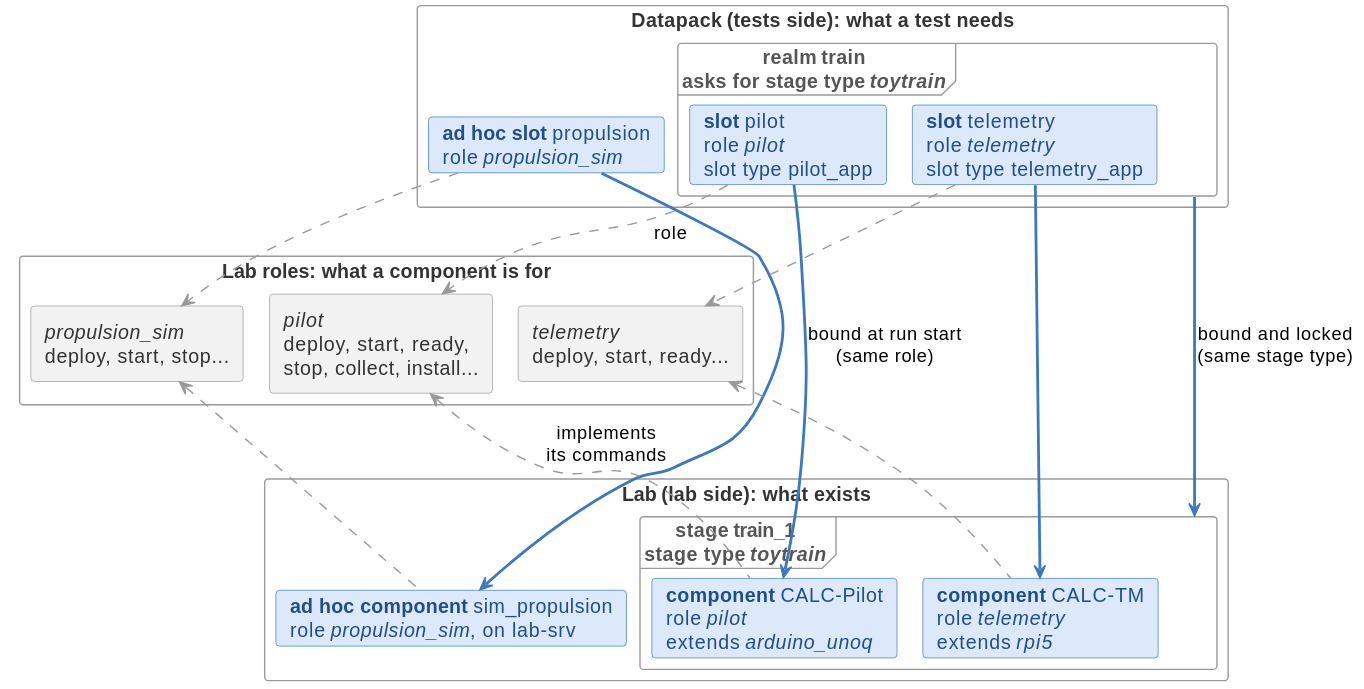
This is docs/diagrams/concepts.svg from laurentmldev/testsuit, a PlantUML export, as it was before one commit. Its diagram source:
```plantuml
@startuml
!pragma layout smetana
skinparam shadowing false
skinparam defaultFontName Helvetica
skinparam ArrowColor #555555
skinparam rectangle {
  BorderColor #9A9A9A
  FontColor #333333
}
skinparam card {
  BorderColor #3A78C2
  BackgroundColor #DCE9FA
  FontColor #1F4E8C
}
skinparam frame {
  BorderColor #9A9A9A
  FontColor #555555
}

rectangle "**Datapack** (tests side): what a test needs" as dp #FFFFFF {
  frame "**realm** train\nasks for stage type //toytrain//" as realm {
    card "**slot** pilot\nrole //pilot//\nslot type pilot_app" as s_pilot
    card "**slot** telemetry\nrole //telemetry//\nslot type telemetry_app" as s_tm
  }
  card "**ad hoc slot** propulsion\nrole //propulsion_sim//" as s_prop
}

rectangle "**Lab roles**: what a component is for" as roles #FFFFFF {
  rectangle "//pilot//\ndeploy, start, ready,\nstop, collect, install..." as r_pilot #F2F2F2
  rectangle "//telemetry//\ndeploy, start, ready..." as r_tm #F2F2F2
  rectangle "//propulsion_sim//\ndeploy, start, stop..." as r_prop #F2F2F2
}

rectangle "**Lab** (lab side): what exists" as lab #FFFFFF {
  frame "**stage** train_1\nstage type //toytrain//" as stage {
    card "**component** CALC-Pilot\nrole //pilot//\nextends //arduino_unoq//" as c_pilot
    card "**component** CALC-TM\nrole //telemetry//\nextends //rpi5//" as c_tm
  }
  card "**ad hoc component** sim_propulsion\nrole //propulsion_sim//, on lab-srv" as c_prop
}

s_pilot -[#3A78C2,bold]-> c_pilot : bound at run start\n(same role)
s_tm -[#3A78C2,bold]-> c_tm
s_prop -[#3A78C2,bold]-> c_prop
realm .[#3A78C2,bold].> stage : bound and locked\n(same stage type)

s_pilot -[#999999,dashed]-> r_pilot : role
r_pilot <-[#999999,dashed]- c_pilot : implements\nits commands
s_tm -[#999999,dashed]-> r_tm
r_tm <-[#999999,dashed]- c_tm
s_prop -[#999999,dashed]-> r_prop
r_prop <-[#999999,dashed]- c_prop
@enduml
```
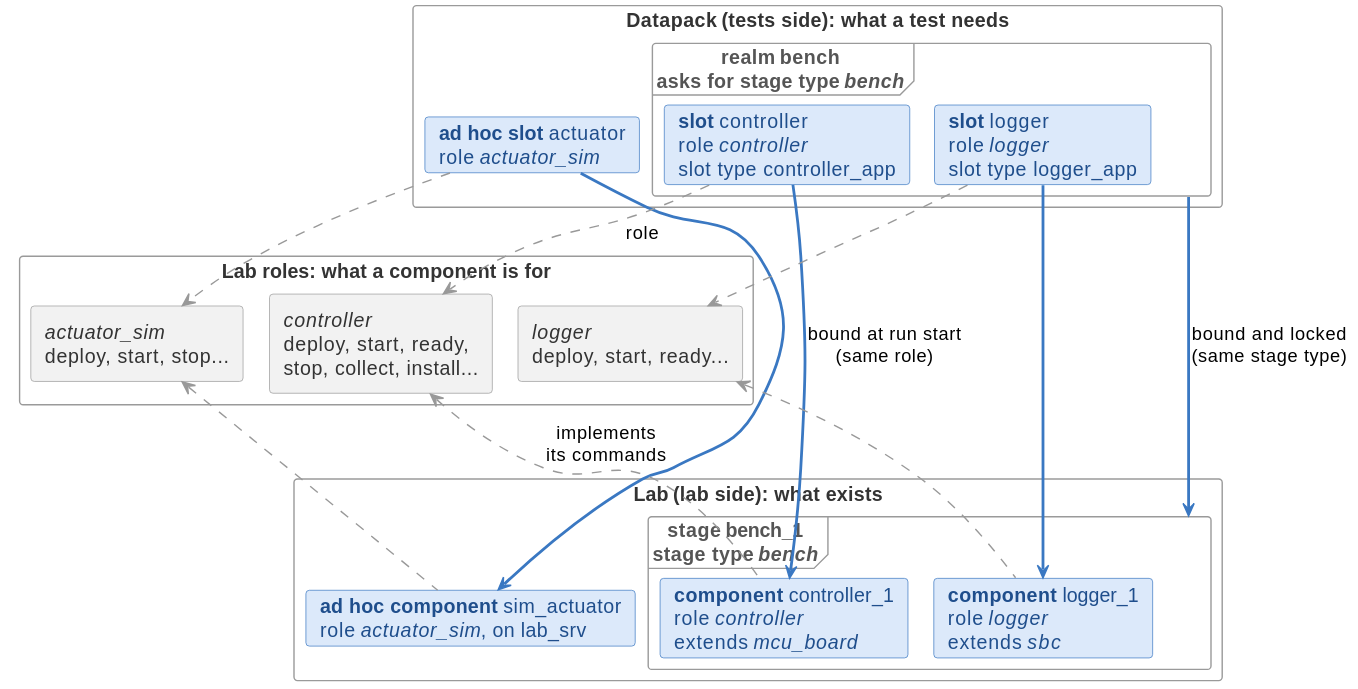
After the change.

Commit message:
Use neutral sample names in the sequencer spec, cheat sheet in annex

Change to the diagram source:
```diff
@@ -18,25 +18,25 @@
 }
 
 rectangle "**Datapack** (tests side): what a test needs" as dp #FFFFFF {
-  frame "**realm** train\nasks for stage type //toytrain//" as realm {
-    card "**slot** pilot\nrole //pilot//\nslot type pilot_app" as s_pilot
-    card "**slot** telemetry\nrole //telemetry//\nslot type telemetry_app" as s_tm
+  frame "**realm** bench\nasks for stage type //bench//" as realm {
+    card "**slot** controller\nrole //controller//\nslot type controller_app" as s_pilot
+    card "**slot** logger\nrole //logger//\nslot type logger_app" as s_tm
   }
-  card "**ad hoc slot** propulsion\nrole //propulsion_sim//" as s_prop
+  card "**ad hoc slot** actuator\nrole //actuator_sim//" as s_prop
 }
 
 rectangle "**Lab roles**: what a component is for" as roles #FFFFFF {
-  rectangle "//pilot//\ndeploy, start, ready,\nstop, collect, install..." as r_pilot #F2F2F2
-  rectangle "//telemetry//\ndeploy, start, ready..." as r_tm #F2F2F2
-  rectangle "//propulsion_sim//\ndeploy, start, stop..." as r_prop #F2F2F2
+  rectangle "//controller//\ndeploy, start, ready,\nstop, collect, install..." as r_pilot #F2F2F2
+  rectangle "//logger//\ndeploy, start, ready..." as r_tm #F2F2F2
+  rectangle "//actuator_sim//\ndeploy, start, stop..." as r_prop #F2F2F2
 }
 
 rectangle "**Lab** (lab side): what exists" as lab #FFFFFF {
-  frame "**stage** train_1\nstage type //toytrain//" as stage {
-    card "**component** CALC-Pilot\nrole //pilot//\nextends //arduino_unoq//" as c_pilot
-    card "**component** CALC-TM\nrole //telemetry//\nextends //rpi5//" as c_tm
+  frame "**stage** bench_1\nstage type //bench//" as stage {
+    card "**component** controller_1\nrole //controller//\nextends //mcu_board//" as c_pilot
+    card "**component** logger_1\nrole //logger//\nextends //sbc//" as c_tm
   }
-  card "**ad hoc component** sim_propulsion\nrole //propulsion_sim//, on lab-srv" as c_prop
+  card "**ad hoc component** sim_actuator\nrole //actuator_sim//, on lab_srv" as c_prop
 }
 
 s_pilot -[#3A78C2,bold]-> c_pilot : bound at run start\n(same role)
```
